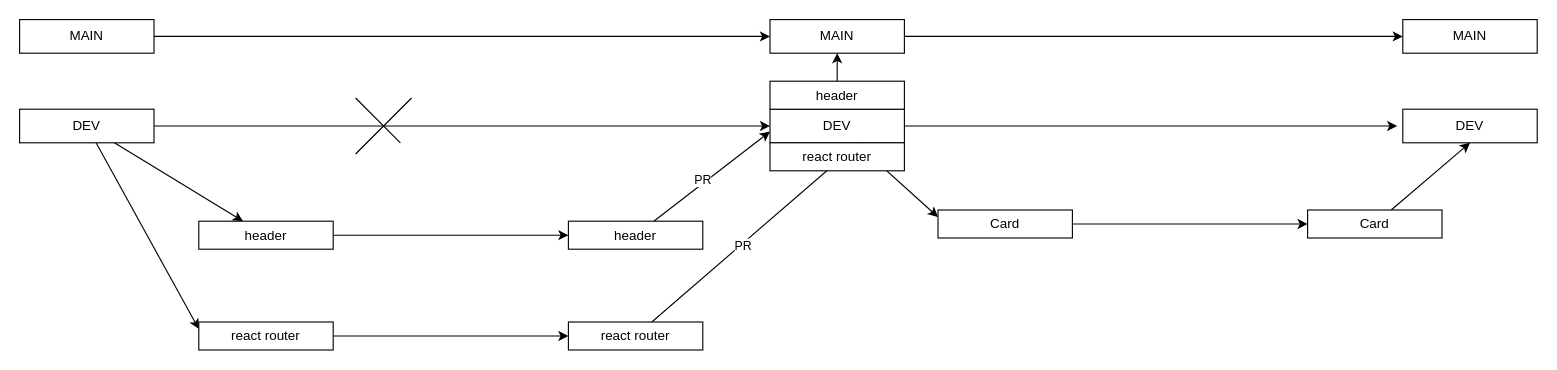
The draw.io diagram git.drawio in MariusCodeAcademy/type19-12_pets_meds_practice, before the edit. Source tidied: cells renumbered, new cells numbered last; positions are measured from the earlier drawing's top-left corner, leaving out a move shared by most shapes. Both pictures are drawn from the tidied source at 112%, with x=0, y=0 at pixel (19, 19).
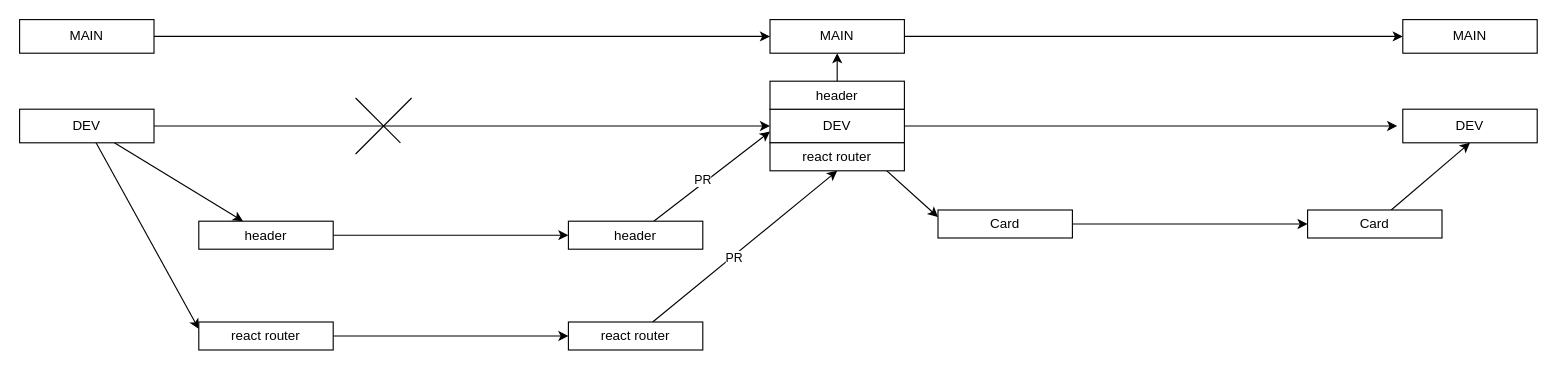
Above is the later version.

The change refers to these unchanged cells:
```xml
<mxCell id="16" value="DEV" style="rounded=0;whiteSpace=wrap;html=1;" parent="1" vertex="1">
  <mxGeometry x="670" y="80" width="120" height="30" as="geometry" />
</mxCell>
<mxCell id="23" value="react router" style="rounded=0;whiteSpace=wrap;html=1;" parent="1" vertex="1">
  <mxGeometry x="490" y="270" width="120" height="25" as="geometry" />
</mxCell>
<mxCell id="33" value="react router" style="rounded=0;whiteSpace=wrap;html=1;" parent="1" vertex="1">
  <mxGeometry x="670" y="110" width="120" height="25" as="geometry" />
</mxCell>
```

What changed in the source:
```diff
@@
-    <mxCell id="21" style="edgeStyle=none;html=1;entryX=0.67;entryY=0.978;entryDx=0;entryDy=0;entryPerimeter=0;" parent="1" edge="1" source="23" target="16">
+    <mxCell id="21" style="edgeStyle=none;html=1;entryX=0.5;entryY=1;entryDx=0;entryDy=0;" parent="1" edge="1" source="23" target="33">
       <mxGeometry relative="1" as="geometry" />
     </mxCell>
```
